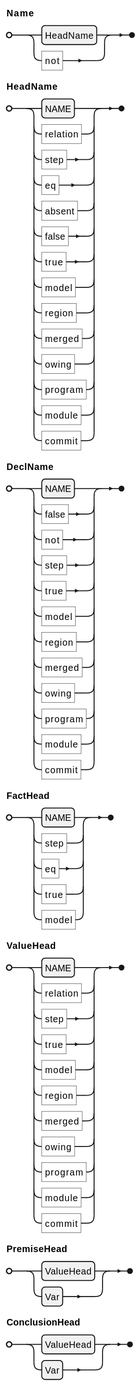
Earlier version of the PlantUML export docs/ein/user/04-reference/diagrams/01-grammar-phrase-names.svg (agutikov/ein). Its source is kept beside it as docs/ein/user/04-reference/diagrams/01-grammar-phrase-names.puml.
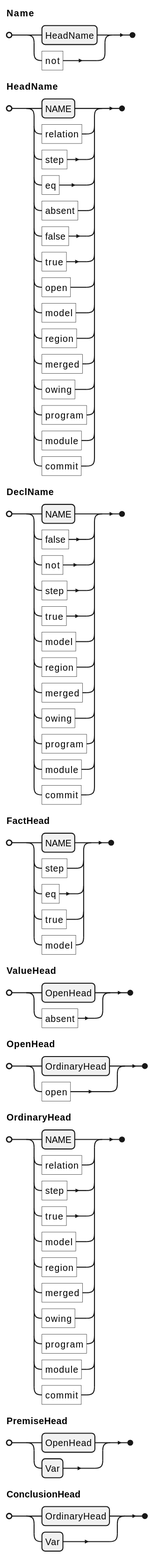
Above is the later version.

Change to the diagram source:
```diff
@@ -1,15 +1,17 @@
 @startebnf
 Name = HeadName | "not" ;
 HeadName =
-    NAME | "relation" | "step" | "eq" | "absent" | "false" | "true" | "model" | "region" | "merged"
-  | "owing" | "program" | "module" | "commit" ;
+    NAME | "relation" | "step" | "eq" | "absent" | "false" | "true" | "open" | "model" | "region"
+  | "merged" | "owing" | "program" | "module" | "commit" ;
 DeclName =
     NAME | "false" | "not" | "step" | "true" | "model" | "region" | "merged" | "owing" | "program"
   | "module" | "commit" ;
 FactHead = NAME | "step" | "eq" | "true" | "model" ;
-ValueHead =
+ValueHead = OpenHead | "absent" ;
+OpenHead = OrdinaryHead | "open" ;
+OrdinaryHead =
     NAME | "relation" | "step" | "true" | "model" | "region" | "merged" | "owing" | "program"
   | "module" | "commit" ;
-PremiseHead = ValueHead | Var ;
-ConclusionHead = ValueHead | Var ;
+PremiseHead = OpenHead | Var ;
+ConclusionHead = OrdinaryHead | Var ;
 @endebnf
```
